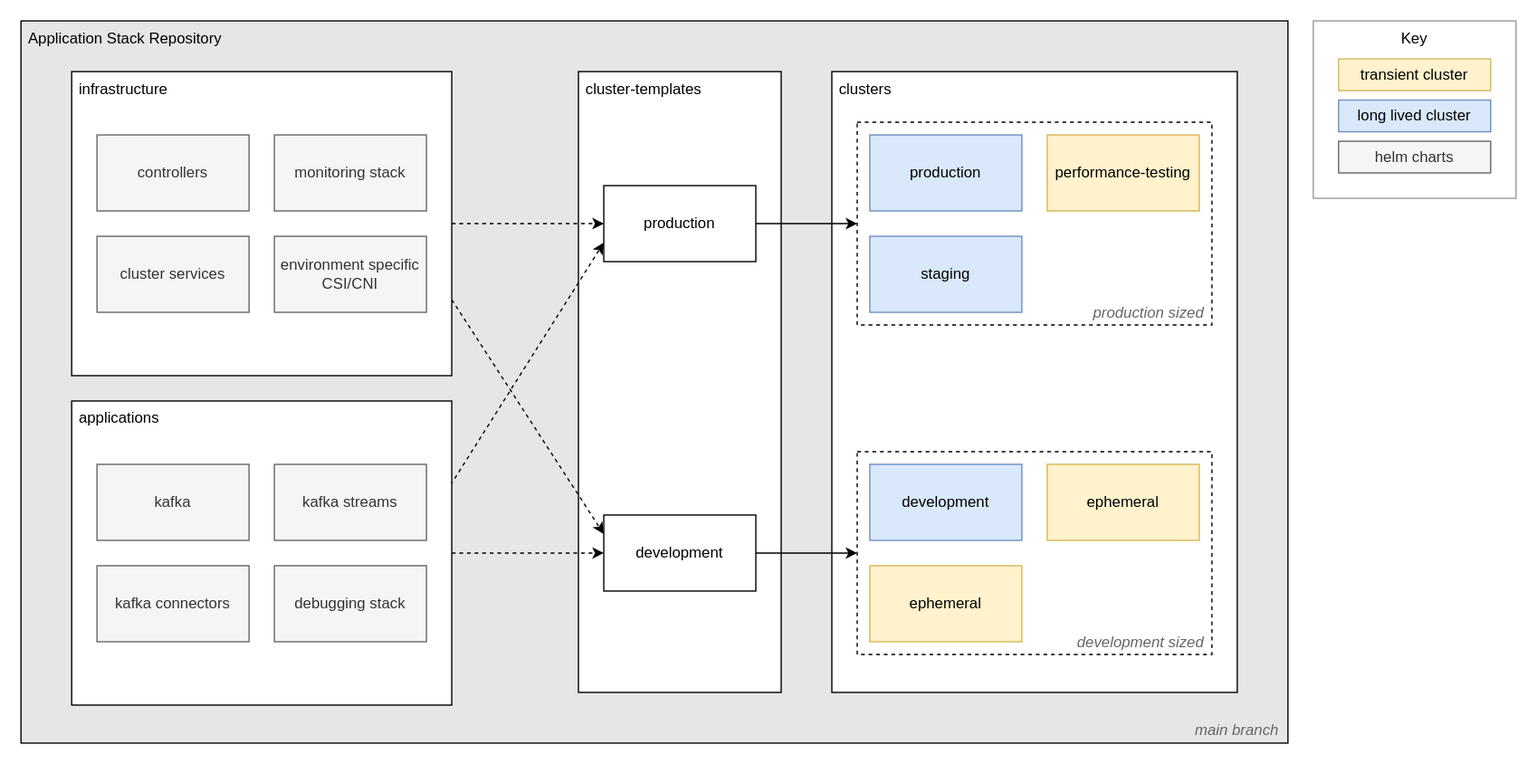
Above: docs/repository-directory-structure.drawio.svg in danielloader/kubernetes-sdlc (draw.io), before the change. Source tidied: cells renumbered, new cells last; positions are measured from the earlier drawing's top-left corner, leaving out a move shared by most shapes. Source of this version:
```xml
<mxGraphModel background="#FFFFFF">
  <root>
    <mxCell id="0" />
    <mxCell id="1" parent="0" />
    <mxCell id="2" value="Application Stack Repository" style="rounded=0;whiteSpace=wrap;html=1;verticalAlign=top;align=left;fillColor=#E6E6E6;spacingLeft=4;" parent="1" vertex="1">
      <mxGeometry width="1000" height="570" as="geometry" />
    </mxCell>
    <mxCell id="3" value="clusters" style="rounded=0;whiteSpace=wrap;html=1;fontStyle=0;align=left;verticalAlign=top;spacingLeft=4;fontColor=#000000;" parent="1" vertex="1">
      <mxGeometry x="640" y="40" width="320" height="490" as="geometry" />
    </mxCell>
    <mxCell id="4" value="production sized" style="rounded=0;whiteSpace=wrap;html=1;fontColor=#666666;fillColor=none;dashed=1;verticalAlign=bottom;align=right;fontStyle=2;spacingRight=4;" parent="1" vertex="1">
      <mxGeometry x="660" y="80" width="280" height="160" as="geometry" />
    </mxCell>
    <mxCell id="5" value="Key" style="rounded=0;whiteSpace=wrap;html=1;labelBackgroundColor=none;labelBorderColor=none;strokeColor=#999999;fontSize=12;fontColor=#000000;fillColor=none;verticalAlign=top;" parent="1" vertex="1">
      <mxGeometry x="1020" width="160" height="140" as="geometry" />
    </mxCell>
    <mxCell id="6" value="development sized" style="rounded=0;whiteSpace=wrap;html=1;fontColor=#666666;fillColor=none;dashed=1;verticalAlign=bottom;align=right;fontStyle=2;spacingRight=4;" parent="1" vertex="1">
      <mxGeometry x="660" y="340" width="280" height="160" as="geometry" />
    </mxCell>
    <mxCell id="7" value="cluster-templates" style="rounded=0;whiteSpace=wrap;html=1;fontStyle=0;align=left;verticalAlign=top;spacingLeft=4;fontColor=#000000;" parent="1" vertex="1">
      <mxGeometry x="440" y="40" width="160" height="490" as="geometry" />
    </mxCell>
    <mxCell id="8" style="edgeStyle=none;html=1;entryX=0;entryY=0.5;entryDx=0;entryDy=0;dashed=1;fontSize=12;fontColor=#000000;" parent="1" edge="1" source="10" target="26">
      <mxGeometry relative="1" as="geometry" />
    </mxCell>
    <mxCell id="9" style="edgeStyle=none;html=1;entryX=0;entryY=0.75;entryDx=0;entryDy=0;dashed=1;fontSize=12;fontColor=#000000;exitX=0.997;exitY=0.276;exitDx=0;exitDy=0;exitPerimeter=0;" parent="1" edge="1" source="10" target="24">
      <mxGeometry relative="1" as="geometry" />
    </mxCell>
    <mxCell id="10" value="applications" style="rounded=0;whiteSpace=wrap;html=1;fontStyle=0;align=left;verticalAlign=top;spacingLeft=4;fontColor=#000000;" parent="1" vertex="1">
      <mxGeometry x="40" y="300" width="300" height="240" as="geometry" />
    </mxCell>
    <mxCell id="11" style="edgeStyle=none;html=1;entryX=0;entryY=0.5;entryDx=0;entryDy=0;dashed=1;fontSize=12;fontColor=#000000;" parent="1" edge="1" source="13" target="24">
      <mxGeometry relative="1" as="geometry" />
    </mxCell>
    <mxCell id="12" style="edgeStyle=none;html=1;entryX=0;entryY=0.25;entryDx=0;entryDy=0;dashed=1;fontSize=12;fontColor=#000000;exitX=1;exitY=0.75;exitDx=0;exitDy=0;" parent="1" edge="1" source="13" target="26">
      <mxGeometry relative="1" as="geometry" />
    </mxCell>
    <mxCell id="13" value="infrastructure" style="rounded=0;whiteSpace=wrap;html=1;fontStyle=0;align=left;verticalAlign=top;spacing=2;spacingLeft=4;fontColor=#000000;" parent="1" vertex="1">
      <mxGeometry x="40" y="40" width="300" height="240" as="geometry" />
    </mxCell>
    <mxCell id="14" value="production" style="rounded=0;whiteSpace=wrap;html=1;fillColor=#dae8fc;strokeColor=#6c8ebf;" parent="1" vertex="1">
      <mxGeometry x="670" y="90" width="120" height="60" as="geometry" />
    </mxCell>
    <mxCell id="15" value="staging" style="rounded=0;whiteSpace=wrap;html=1;fillColor=#dae8fc;strokeColor=#6c8ebf;" parent="1" vertex="1">
      <mxGeometry x="670" y="170" width="120" height="60" as="geometry" />
    </mxCell>
    <mxCell id="16" value="development" style="rounded=0;whiteSpace=wrap;html=1;fillColor=#dae8fc;strokeColor=#6c8ebf;" parent="1" vertex="1">
      <mxGeometry x="670" y="350" width="120" height="60" as="geometry" />
    </mxCell>
    <mxCell id="17" value="ephemeral" style="rounded=0;whiteSpace=wrap;html=1;fillColor=#fff2cc;strokeColor=#d6b656;" parent="1" vertex="1">
      <mxGeometry x="810" y="350" width="120" height="60" as="geometry" />
    </mxCell>
    <mxCell id="18" value="performance-testing" style="rounded=0;whiteSpace=wrap;html=1;fillColor=#fff2cc;strokeColor=#d6b656;" parent="1" vertex="1">
      <mxGeometry x="810" y="90" width="120" height="60" as="geometry" />
    </mxCell>
    <mxCell id="19" value="controllers" style="rounded=0;whiteSpace=wrap;html=1;fontColor=#333333;fillColor=#f5f5f5;strokeColor=#666666;" parent="1" vertex="1">
      <mxGeometry x="60" y="90" width="120" height="60" as="geometry" />
    </mxCell>
    <mxCell id="20" value="monitoring stack" style="rounded=0;whiteSpace=wrap;html=1;fontColor=#333333;fillColor=#f5f5f5;strokeColor=#666666;" parent="1" vertex="1">
      <mxGeometry x="200" y="90" width="120" height="60" as="geometry" />
    </mxCell>
    <mxCell id="21" value="cluster services" style="rounded=0;whiteSpace=wrap;html=1;fontColor=#333333;fillColor=#f5f5f5;strokeColor=#666666;" parent="1" vertex="1">
      <mxGeometry x="60" y="170" width="120" height="60" as="geometry" />
    </mxCell>
    <mxCell id="22" value="environment specific CSI/CNI" style="rounded=0;whiteSpace=wrap;html=1;fontColor=#333333;fillColor=#f5f5f5;strokeColor=#666666;" parent="1" vertex="1">
      <mxGeometry x="200" y="170" width="120" height="60" as="geometry" />
    </mxCell>
    <mxCell id="23" style="edgeStyle=orthogonalEdgeStyle;html=1;entryX=0;entryY=0.5;entryDx=0;entryDy=0;fontColor=#666666;" parent="1" edge="1" source="24" target="4">
      <mxGeometry relative="1" as="geometry" />
    </mxCell>
    <mxCell id="24" value="production" style="rounded=0;whiteSpace=wrap;html=1;" parent="1" vertex="1">
      <mxGeometry x="460" y="130" width="120" height="60" as="geometry" />
    </mxCell>
    <mxCell id="25" style="edgeStyle=orthogonalEdgeStyle;html=1;entryX=0;entryY=0.5;entryDx=0;entryDy=0;fontColor=#666666;" parent="1" edge="1" source="26" target="6">
      <mxGeometry relative="1" as="geometry" />
    </mxCell>
    <mxCell id="26" value="development" style="rounded=0;whiteSpace=wrap;html=1;" parent="1" vertex="1">
      <mxGeometry x="460" y="390" width="120" height="60" as="geometry" />
    </mxCell>
    <mxCell id="27" value="kafka" style="rounded=0;whiteSpace=wrap;html=1;fontColor=#333333;fillColor=#f5f5f5;strokeColor=#666666;" parent="1" vertex="1">
      <mxGeometry x="60" y="350" width="120" height="60" as="geometry" />
    </mxCell>
    <mxCell id="28" value="kafka streams" style="rounded=0;whiteSpace=wrap;html=1;fontColor=#333333;fillColor=#f5f5f5;strokeColor=#666666;" parent="1" vertex="1">
      <mxGeometry x="200" y="350" width="120" height="60" as="geometry" />
    </mxCell>
    <mxCell id="29" value="debugging stack" style="rounded=0;whiteSpace=wrap;html=1;fontColor=#333333;fillColor=#f5f5f5;strokeColor=#666666;" parent="1" vertex="1">
      <mxGeometry x="200" y="430" width="120" height="60" as="geometry" />
    </mxCell>
    <mxCell id="30" value="ephemeral" style="rounded=0;whiteSpace=wrap;html=1;fillColor=#fff2cc;strokeColor=#d6b656;" parent="1" vertex="1">
      <mxGeometry x="670" y="430" width="120" height="60" as="geometry" />
    </mxCell>
    <mxCell id="31" value="kafka connectors" style="rounded=0;whiteSpace=wrap;html=1;fontColor=#333333;fillColor=#f5f5f5;strokeColor=#666666;" parent="1" vertex="1">
      <mxGeometry x="60" y="430" width="120" height="60" as="geometry" />
    </mxCell>
    <mxCell id="32" value="main branch" style="text;html=1;strokeColor=none;fillColor=none;align=center;verticalAlign=middle;whiteSpace=wrap;rounded=0;fontColor=#666666;fontStyle=2;labelBackgroundColor=none;labelBorderColor=none;spacing=2;fontSize=12;" parent="1" vertex="1">
      <mxGeometry x="920" y="550" width="80" height="20" as="geometry" />
    </mxCell>
    <mxCell id="33" value="transient cluster" style="rounded=0;whiteSpace=wrap;html=1;labelBackgroundColor=none;labelBorderColor=none;strokeColor=#d6b656;fontSize=12;fillColor=#fff2cc;" parent="1" vertex="1">
      <mxGeometry x="1040" y="30" width="120" height="25" as="geometry" />
    </mxCell>
    <mxCell id="34" value="long lived cluster" style="rounded=0;whiteSpace=wrap;html=1;labelBackgroundColor=none;labelBorderColor=none;strokeColor=#6c8ebf;fontSize=12;fillColor=#dae8fc;" parent="1" vertex="1">
      <mxGeometry x="1040" y="62.5" width="120" height="25" as="geometry" />
    </mxCell>
    <mxCell id="35" value="helm charts" style="rounded=0;whiteSpace=wrap;html=1;labelBackgroundColor=none;labelBorderColor=none;strokeColor=#666666;fontSize=12;fillColor=#f5f5f5;fontColor=#333333;" parent="1" vertex="1">
      <mxGeometry x="1040" y="95" width="120" height="25" as="geometry" />
    </mxCell>
  </root>
</mxGraphModel>
```
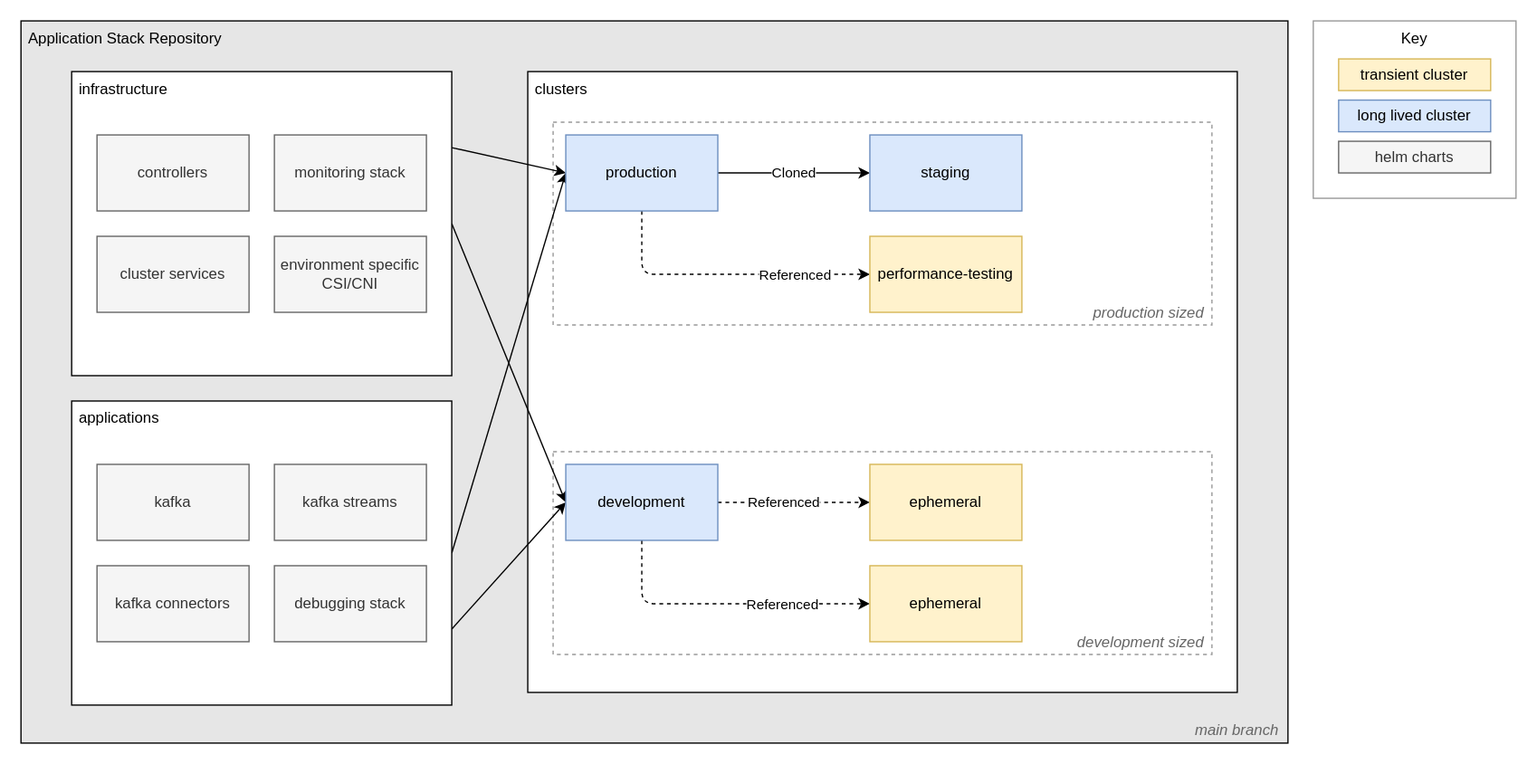
After the change.

The edit, as a diff of the source:
```diff
@@ -6,52 +6,78 @@
       <mxGeometry width="1000" height="570" as="geometry" />
     </mxCell>
     <mxCell id="3" value="clusters" style="rounded=0;whiteSpace=wrap;html=1;fontStyle=0;align=left;verticalAlign=top;spacingLeft=4;fontColor=#000000;" parent="1" vertex="1">
-      <mxGeometry x="640" y="40" width="320" height="490" as="geometry" />
+      <mxGeometry x="400" y="40" width="560" height="490" as="geometry" />
     </mxCell>
-    <mxCell id="4" value="production sized" style="rounded=0;whiteSpace=wrap;html=1;fontColor=#666666;fillColor=none;dashed=1;verticalAlign=bottom;align=right;fontStyle=2;spacingRight=4;" parent="1" vertex="1">
-      <mxGeometry x="660" y="80" width="280" height="160" as="geometry" />
+    <mxCell id="4" value="production sized" style="rounded=0;whiteSpace=wrap;html=1;fontColor=#666666;fillColor=none;dashed=1;verticalAlign=bottom;align=right;fontStyle=2;spacingRight=4;strokeColor=#999999;" parent="1" vertex="1">
+      <mxGeometry x="420" y="80" width="520" height="160" as="geometry" />
     </mxCell>
     <mxCell id="5" value="Key" style="rounded=0;whiteSpace=wrap;html=1;labelBackgroundColor=none;labelBorderColor=none;strokeColor=#999999;fontSize=12;fontColor=#000000;fillColor=none;verticalAlign=top;" parent="1" vertex="1">
       <mxGeometry x="1020" width="160" height="140" as="geometry" />
     </mxCell>
-    <mxCell id="6" value="development sized" style="rounded=0;whiteSpace=wrap;html=1;fontColor=#666666;fillColor=none;dashed=1;verticalAlign=bottom;align=right;fontStyle=2;spacingRight=4;" parent="1" vertex="1">
-      <mxGeometry x="660" y="340" width="280" height="160" as="geometry" />
+    <mxCell id="6" value="development sized" style="rounded=0;whiteSpace=wrap;html=1;fontColor=#666666;fillColor=none;dashed=1;verticalAlign=bottom;align=right;fontStyle=2;spacingRight=4;strokeColor=#999999;" parent="1" vertex="1">
+      <mxGeometry x="420" y="340" width="520" height="160" as="geometry" />
     </mxCell>
-    <mxCell id="7" value="cluster-templates" style="rounded=0;whiteSpace=wrap;html=1;fontStyle=0;align=left;verticalAlign=top;spacingLeft=4;fontColor=#000000;" parent="1" vertex="1">
-      <mxGeometry x="440" y="40" width="160" height="490" as="geometry" />
-    </mxCell>
-    <mxCell id="8" style="edgeStyle=none;html=1;entryX=0;entryY=0.5;entryDx=0;entryDy=0;dashed=1;fontSize=12;fontColor=#000000;" parent="1" edge="1" source="10" target="26">
-      <mxGeometry relative="1" as="geometry" />
-    </mxCell>
-    <mxCell id="9" style="edgeStyle=none;html=1;entryX=0;entryY=0.75;entryDx=0;entryDy=0;dashed=1;fontSize=12;fontColor=#000000;exitX=0.997;exitY=0.276;exitDx=0;exitDy=0;exitPerimeter=0;" parent="1" edge="1" source="10" target="24">
-      <mxGeometry relative="1" as="geometry" />
-    </mxCell>
+    <mxCell id="36" style="edgeStyle=none;html=1;entryX=0;entryY=0.5;entryDx=0;entryDy=0;exitX=1;exitY=0.75;exitDx=0;exitDy=0;" parent="1" edge="1" source="10" target="16">
+      <mxGeometry relative="1" as="geometry" />
+    </mxCell>
+    <mxCell id="37" style="edgeStyle=none;html=1;entryX=0;entryY=0.5;entryDx=0;entryDy=0;exitX=1;exitY=0.5;exitDx=0;exitDy=0;" parent="1" edge="1" source="10" target="14">
+      <mxGeometry relative="1" as="geometry" />
+    </mxCell>
     <mxCell id="10" value="applications" style="rounded=0;whiteSpace=wrap;html=1;fontStyle=0;align=left;verticalAlign=top;spacingLeft=4;fontColor=#000000;" parent="1" vertex="1">
       <mxGeometry x="40" y="300" width="300" height="240" as="geometry" />
     </mxCell>
-    <mxCell id="11" style="edgeStyle=none;html=1;entryX=0;entryY=0.5;entryDx=0;entryDy=0;dashed=1;fontSize=12;fontColor=#000000;" parent="1" edge="1" source="13" target="24">
-      <mxGeometry relative="1" as="geometry" />
-    </mxCell>
-    <mxCell id="12" style="edgeStyle=none;html=1;entryX=0;entryY=0.25;entryDx=0;entryDy=0;dashed=1;fontSize=12;fontColor=#000000;exitX=1;exitY=0.75;exitDx=0;exitDy=0;" parent="1" edge="1" source="13" target="26">
-      <mxGeometry relative="1" as="geometry" />
-    </mxCell>
+    <mxCell id="38" style="html=1;entryX=0;entryY=0.5;entryDx=0;entryDy=0;exitX=1;exitY=0.25;exitDx=0;exitDy=0;" parent="1" edge="1" source="13" target="14">
+      <mxGeometry relative="1" as="geometry" />
+    </mxCell>
+    <mxCell id="39" style="edgeStyle=none;html=1;entryX=0;entryY=0.5;entryDx=0;entryDy=0;exitX=1;exitY=0.5;exitDx=0;exitDy=0;" parent="1" edge="1" source="13" target="16">
+      <mxGeometry relative="1" as="geometry" />
+    </mxCell>
     <mxCell id="13" value="infrastructure" style="rounded=0;whiteSpace=wrap;html=1;fontStyle=0;align=left;verticalAlign=top;spacing=2;spacingLeft=4;fontColor=#000000;" parent="1" vertex="1">
       <mxGeometry x="40" y="40" width="300" height="240" as="geometry" />
     </mxCell>
+    <mxCell id="40" value="Cloned&amp;nbsp;" style="edgeStyle=none;html=1;" parent="1" edge="1" source="14" target="15">
+      <mxGeometry relative="1" as="geometry" />
+    </mxCell>
+    <mxCell id="41" style="edgeStyle=orthogonalEdgeStyle;html=1;entryX=0;entryY=0.5;entryDx=0;entryDy=0;exitX=0.5;exitY=1;exitDx=0;exitDy=0;dashed=1;" parent="1" edge="1" source="14" target="18">
+      <mxGeometry relative="1" as="geometry">
+        <Array as="points">
+          <mxPoint x="490" y="200" />
+        </Array>
+      </mxGeometry>
+    </mxCell>
+    <mxCell id="42" value="Referenced" style="edgeLabel;html=1;align=center;verticalAlign=middle;" parent="41" vertex="1">
+      <mxGeometry x="0.43" relative="1" as="geometry">
+        <mxPoint x="5" as="offset" />
+      </mxGeometry>
+    </mxCell>
     <mxCell id="14" value="production" style="rounded=0;whiteSpace=wrap;html=1;fillColor=#dae8fc;strokeColor=#6c8ebf;" parent="1" vertex="1">
-      <mxGeometry x="670" y="90" width="120" height="60" as="geometry" />
+      <mxGeometry x="430" y="90" width="120" height="60" as="geometry" />
     </mxCell>
     <mxCell id="15" value="staging" style="rounded=0;whiteSpace=wrap;html=1;fillColor=#dae8fc;strokeColor=#6c8ebf;" parent="1" vertex="1">
-      <mxGeometry x="670" y="170" width="120" height="60" as="geometry" />
+      <mxGeometry x="670" y="90" width="120" height="60" as="geometry" />
     </mxCell>
+    <mxCell id="43" style="edgeStyle=orthogonalEdgeStyle;html=1;dashed=1;" parent="1" edge="1" source="16" target="17">
+      <mxGeometry relative="1" as="geometry" />
+    </mxCell>
+    <mxCell id="44" value="Referenced" style="edgeLabel;html=1;align=center;verticalAlign=middle;" parent="43" vertex="1">
+      <mxGeometry x="-0.16" y="1" relative="1" as="geometry" />
+    </mxCell>
+    <mxCell id="45" style="edgeStyle=orthogonalEdgeStyle;html=1;entryX=0;entryY=0.5;entryDx=0;entryDy=0;exitX=0.5;exitY=1;exitDx=0;exitDy=0;dashed=1;" parent="1" edge="1" source="16" target="30">
+      <mxGeometry relative="1" as="geometry" />
+    </mxCell>
+    <mxCell id="46" value="Referenced" style="edgeLabel;html=1;align=center;verticalAlign=middle;" parent="45" vertex="1">
+      <mxGeometry x="0.34" y="-1" relative="1" as="geometry">
+        <mxPoint x="6" y="-1" as="offset" />
+      </mxGeometry>
+    </mxCell>
     <mxCell id="16" value="development" style="rounded=0;whiteSpace=wrap;html=1;fillColor=#dae8fc;strokeColor=#6c8ebf;" parent="1" vertex="1">
-      <mxGeometry x="670" y="350" width="120" height="60" as="geometry" />
+      <mxGeometry x="430" y="350" width="120" height="60" as="geometry" />
     </mxCell>
     <mxCell id="17" value="ephemeral" style="rounded=0;whiteSpace=wrap;html=1;fillColor=#fff2cc;strokeColor=#d6b656;" parent="1" vertex="1">
-      <mxGeometry x="810" y="350" width="120" height="60" as="geometry" />
+      <mxGeometry x="670" y="350" width="120" height="60" as="geometry" />
     </mxCell>
     <mxCell id="18" value="performance-testing" style="rounded=0;whiteSpace=wrap;html=1;fillColor=#fff2cc;strokeColor=#d6b656;" parent="1" vertex="1">
-      <mxGeometry x="810" y="90" width="120" height="60" as="geometry" />
+      <mxGeometry x="670" y="170" width="120" height="60" as="geometry" />
     </mxCell>
     <mxCell id="19" value="controllers" style="rounded=0;whiteSpace=wrap;html=1;fontColor=#333333;fillColor=#f5f5f5;strokeColor=#666666;" parent="1" vertex="1">
       <mxGeometry x="60" y="90" width="120" height="60" as="geometry" />
@@ -65,18 +91,6 @@
     <mxCell id="22" value="environment specific CSI/CNI" style="rounded=0;whiteSpace=wrap;html=1;fontColor=#333333;fillColor=#f5f5f5;strokeColor=#666666;" parent="1" vertex="1">
       <mxGeometry x="200" y="170" width="120" height="60" as="geometry" />
     </mxCell>
-    <mxCell id="23" style="edgeStyle=orthogonalEdgeStyle;html=1;entryX=0;entryY=0.5;entryDx=0;entryDy=0;fontColor=#666666;" parent="1" edge="1" source="24" target="4">
-      <mxGeometry relative="1" as="geometry" />
-    </mxCell>
-    <mxCell id="24" value="production" style="rounded=0;whiteSpace=wrap;html=1;" parent="1" vertex="1">
-      <mxGeometry x="460" y="130" width="120" height="60" as="geometry" />
-    </mxCell>
-    <mxCell id="25" style="edgeStyle=orthogonalEdgeStyle;html=1;entryX=0;entryY=0.5;entryDx=0;entryDy=0;fontColor=#666666;" parent="1" edge="1" source="26" target="6">
-      <mxGeometry relative="1" as="geometry" />
-    </mxCell>
-    <mxCell id="26" value="development" style="rounded=0;whiteSpace=wrap;html=1;" parent="1" vertex="1">
-      <mxGeometry x="460" y="390" width="120" height="60" as="geometry" />
-    </mxCell>
     <mxCell id="27" value="kafka" style="rounded=0;whiteSpace=wrap;html=1;fontColor=#333333;fillColor=#f5f5f5;strokeColor=#666666;" parent="1" vertex="1">
       <mxGeometry x="60" y="350" width="120" height="60" as="geometry" />
     </mxCell>
```
